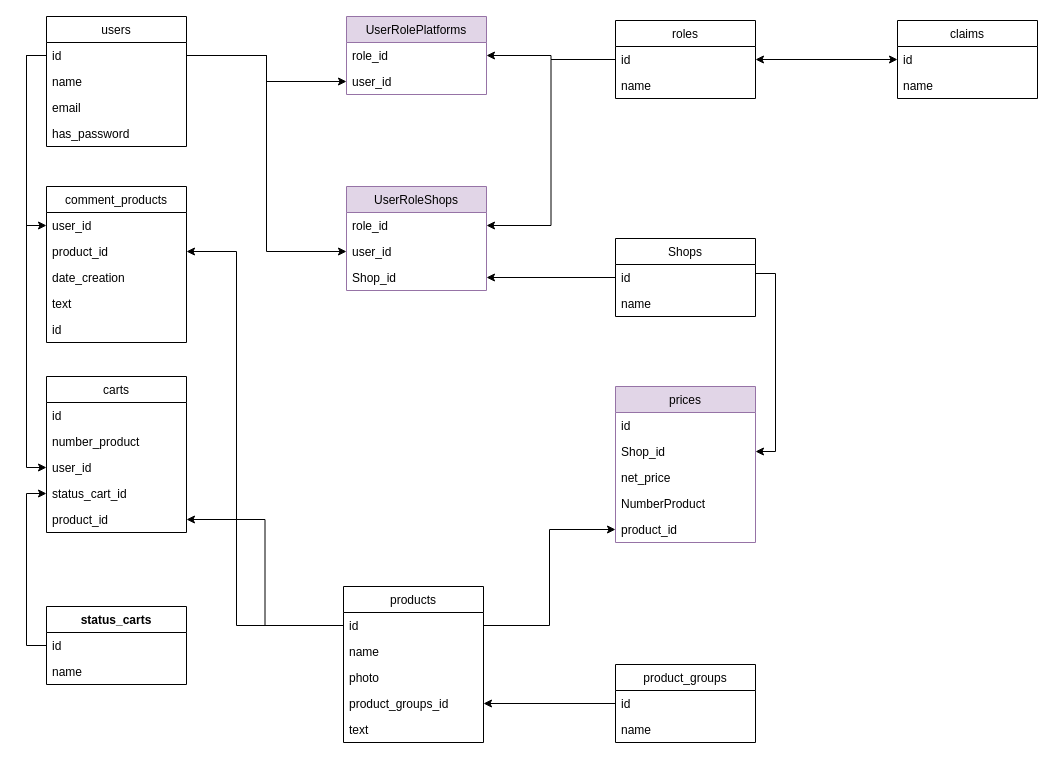
MrPers/Marketplace keeps this draw.io diagram as diagrams.net.drawio. Above is the earlier version. Source tidied: cells renumbered, new cells numbered last; positions are measured from the earlier drawing's top-left corner, leaving out a move shared by most shapes. Both pictures are drawn from the tidied source at 100%, with x=0, y=0 at pixel (26, 16).
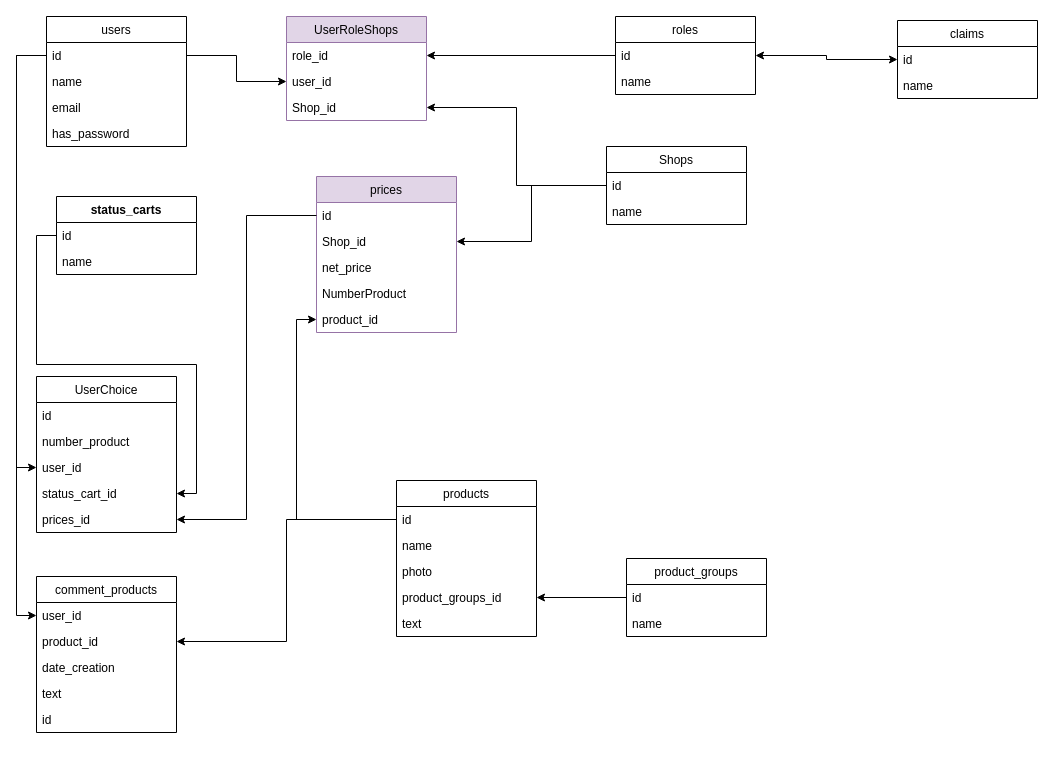
After the change.

Unchanged cells that the change refers to:
```xml
<mxCell id="3" value=" id" style="text;strokeColor=none;fillColor=none;align=left;verticalAlign=top;spacingLeft=4;spacingRight=4;overflow=hidden;points=[[0,0.5],[1,0.5]];portConstraint=eastwest;" parent="2" vertex="1">
  <mxGeometry y="26" width="140" height="26" as="geometry" />
</mxCell>
<mxCell id="12" value="id" style="text;strokeColor=none;fillColor=none;align=left;verticalAlign=top;spacingLeft=4;spacingRight=4;overflow=hidden;points=[[0,0.5],[1,0.5]];portConstraint=eastwest;" parent="11" vertex="1">
  <mxGeometry y="26" width="140" height="26" as="geometry" />
</mxCell>
<mxCell id="17" value="id" style="text;strokeColor=none;fillColor=none;align=left;verticalAlign=top;spacingLeft=4;spacingRight=4;overflow=hidden;points=[[0,0.5],[1,0.5]];portConstraint=eastwest;" parent="16" vertex="1">
  <mxGeometry y="26" width="140" height="26" as="geometry" />
</mxCell>
<mxCell id="23" value="id" style="text;align=left;verticalAlign=top;spacingLeft=4;spacingRight=4;overflow=hidden;points=[[0,0.5],[1,0.5]];portConstraint=eastwest;" parent="22" vertex="1">
  <mxGeometry y="26" width="140" height="26" as="geometry" />
</mxCell>
<mxCell id="29" value=" status_cart_id" style="text;strokeColor=none;fillColor=none;align=left;verticalAlign=top;spacingLeft=4;spacingRight=4;overflow=hidden;points=[[0,0.5],[1,0.5]];portConstraint=eastwest;" parent="25" vertex="1">
  <mxGeometry y="104" width="140" height="26" as="geometry" />
</mxCell>
<mxCell id="32" value="id" style="text;strokeColor=none;fillColor=none;align=left;verticalAlign=top;spacingLeft=4;spacingRight=4;overflow=hidden;points=[[0,0.5],[1,0.5]];portConstraint=eastwest;" parent="31" vertex="1">
  <mxGeometry y="26" width="140" height="26" as="geometry" />
</mxCell>
<mxCell id="35" value="id" style="text;strokeColor=none;fillColor=none;align=left;verticalAlign=top;spacingLeft=4;spacingRight=4;overflow=hidden;points=[[0,0.5],[1,0.5]];portConstraint=eastwest;" parent="34" vertex="1">
  <mxGeometry y="26" width="140" height="26" as="geometry" />
</mxCell>
<mxCell id="36" value="Shop_id" style="text;strokeColor=none;fillColor=none;align=left;verticalAlign=top;spacingLeft=4;spacingRight=4;overflow=hidden;points=[[0,0.5],[1,0.5]];portConstraint=eastwest;" parent="34" vertex="1">
  <mxGeometry y="52" width="140" height="26" as="geometry" />
</mxCell>
<mxCell id="41" value="user_id" style="text;strokeColor=none;fillColor=none;align=left;verticalAlign=top;spacingLeft=4;spacingRight=4;overflow=hidden;points=[[0,0.5],[1,0.5]];portConstraint=eastwest;" parent="40" vertex="1">
  <mxGeometry y="26" width="140" height="26" as="geometry" />
</mxCell>
<mxCell id="42" value="product_id" style="text;strokeColor=none;fillColor=none;align=left;verticalAlign=top;spacingLeft=4;spacingRight=4;overflow=hidden;points=[[0,0.5],[1,0.5]];portConstraint=eastwest;" parent="40" vertex="1">
  <mxGeometry y="52" width="140" height="26" as="geometry" />
</mxCell>
```

Change to the diagram source:
```diff
@@
     <mxCell id="2" value="products" style="swimlane;fontStyle=0;horizontal=1;startSize=26;" parent="1" vertex="1">
-      <mxGeometry x="317" y="570" width="140" height="156" as="geometry" />
+      <mxGeometry x="370" y="464" width="140" height="156" as="geometry" />
     </mxCell>
@@
     <mxCell id="8" value="product_groups" style="swimlane;fontStyle=0;horizontal=1;startSize=26;" parent="1" vertex="1">
-      <mxGeometry x="589" y="648" width="140" height="78" as="geometry" />
+      <mxGeometry x="600" y="542" width="140" height="78" as="geometry" />
     </mxCell>
@@
     <mxCell id="16" value="roles" style="swimlane;fontStyle=0;horizontal=1;startSize=26;" parent="1" vertex="1">
-      <mxGeometry x="589" y="4" width="140" height="78" as="geometry" />
+      <mxGeometry x="589" width="140" height="78" as="geometry" />
     </mxCell>
@@
     <mxCell id="22" value="Shops" style="swimlane;fontStyle=0;horizontal=1;startSize=26;" parent="1" vertex="1">
-      <mxGeometry x="589" y="222" width="140" height="78" as="geometry" />
+      <mxGeometry x="580" y="130" width="140" height="78" as="geometry" />
     </mxCell>
@@
-    <mxCell id="25" value="carts" style="swimlane;fontStyle=0;horizontal=1;startSize=26;" parent="1" vertex="1">
-      <mxGeometry x="20" y="360" width="140" height="156" as="geometry" />
+    <mxCell id="25" value="UserChoice" style="swimlane;fontStyle=0;horizontal=1;startSize=26;" parent="1" vertex="1">
+      <mxGeometry x="10" y="360" width="140" height="156" as="geometry" />
     </mxCell>
@@
-    <mxCell id="30" value="product_id" style="text;strokeColor=none;fillColor=none;align=left;verticalAlign=top;spacingLeft=4;spacingRight=4;overflow=hidden;points=[[0,0.5],[1,0.5]];portConstraint=eastwest;" parent="25" vertex="1">
+    <mxCell id="30" value="prices_id" style="text;strokeColor=none;fillColor=none;align=left;verticalAlign=top;spacingLeft=4;spacingRight=4;overflow=hidden;points=[[0,0.5],[1,0.5]];portConstraint=eastwest;" parent="25" vertex="1">
       <mxGeometry y="130" width="140" height="26" as="geometry" />
     </mxCell>
     <mxCell id="31" value="status_carts" style="swimlane;fontStyle=1;horizontal=1;startSize=26;" parent="1" vertex="1">
-      <mxGeometry x="20" y="590" width="140" height="78" as="geometry" />
+      <mxGeometry x="30" y="180" width="140" height="78" as="geometry" />
     </mxCell>
@@
     <mxCell id="34" value="prices" style="swimlane;fontStyle=0;horizontal=1;startSize=26;fillColor=#e1d5e7;strokeColor=#9673a6;" parent="1" vertex="1">
-      <mxGeometry x="589" y="370" width="140" height="156" as="geometry" />
+      <mxGeometry x="290" y="160" width="140" height="156" as="geometry" />
     </mxCell>
@@
     <mxCell id="40" value="comment_products" style="swimlane;fontStyle=0;horizontal=1;startSize=26;" parent="1" vertex="1">
-      <mxGeometry x="20" y="170" width="140" height="156" as="geometry" />
+      <mxGeometry x="10" y="560" width="140" height="156" as="geometry" />
     </mxCell>
@@
-    <mxCell id="47" style="edgeStyle=orthogonalEdgeStyle;rounded=0;jettySize=auto;html=1;entryX=1;entryY=0.5;entryDx=0;entryDy=0;startArrow=classic;startFill=1;endArrow=none;endFill=0;" parent="1" edge="1" source="36" target="23">
-      <mxGeometry relative="1" as="geometry">
-        <Array as="points">
-          <mxPoint x="749" y="435" />
-          <mxPoint x="749" y="257" />
-        </Array>
-      </mxGeometry>
-    </mxCell>
-    <mxCell id="48" style="edgeStyle=orthogonalEdgeStyle;rounded=0;jettySize=auto;html=1;entryX=1;entryY=0.5;entryDx=0;entryDy=0;startArrow=classic;startFill=1;endArrow=none;endFill=0;exitX=0;exitY=0.5;exitDx=0;exitDy=0;" parent="1" edge="1" source="53" target="12">
-      <mxGeometry relative="1" as="geometry" />
-    </mxCell>
@@
-    <mxCell id="50" style="edgeStyle=orthogonalEdgeStyle;rounded=0;jettySize=auto;html=1;entryX=1;entryY=0.5;entryDx=0;entryDy=0;startArrow=none;startFill=0;endArrow=classic;endFill=1;exitX=0;exitY=0.5;exitDx=0;exitDy=0;" parent="1" edge="1" source="17" target="52">
-      <mxGeometry relative="1" as="geometry" />
-    </mxCell>
-    <mxCell id="51" value="UserRolePlatforms" style="swimlane;fontStyle=0;horizontal=1;startSize=26;fillColor=#e1d5e7;strokeColor=#9673a6;" parent="1" vertex="1">
-      <mxGeometry x="320" width="140" height="78" as="geometry" />
-    </mxCell>
-    <mxCell id="52" value="role_id" style="text;strokeColor=none;fillColor=none;align=left;verticalAlign=top;spacingLeft=4;spacingRight=4;overflow=hidden;points=[[0,0.5],[1,0.5]];portConstraint=eastwest;" parent="51" vertex="1">
-      <mxGeometry y="26" width="140" height="26" as="geometry" />
-    </mxCell>
-    <mxCell id="53" value="user_id" style="text;strokeColor=none;fillColor=none;align=left;verticalAlign=top;spacingLeft=4;spacingRight=4;overflow=hidden;points=[[0,0.5],[1,0.5]];portConstraint=eastwest;" parent="51" vertex="1">
-      <mxGeometry y="52" width="140" height="26" as="geometry" />
-    </mxCell>
@@
     <mxCell id="55" value="UserRoleShops" style="swimlane;fontStyle=0;horizontal=1;startSize=26;fillColor=#e1d5e7;strokeColor=#9673a6;" parent="1" vertex="1">
-      <mxGeometry x="320" y="170" width="140" height="104" as="geometry" />
+      <mxGeometry x="260" width="140" height="104" as="geometry" />
     </mxCell>
@@
-    <mxCell id="61" style="edgeStyle=orthogonalEdgeStyle;rounded=0;jettySize=auto;html=1;entryX=1;entryY=0.5;entryDx=0;entryDy=0;exitX=0;exitY=0.5;exitDx=0;exitDy=0;" parent="1" edge="1" source="3" target="30">
+    <mxCell id="61" style="edgeStyle=orthogonalEdgeStyle;rounded=0;jettySize=auto;html=1;entryX=1;entryY=0.5;entryDx=0;entryDy=0;exitX=0;exitY=0.5;exitDx=0;exitDy=0;" parent="1" edge="1" source="35" target="30">
       <mxGeometry relative="1" as="geometry" />
     </mxCell>
-    <mxCell id="62" style="edgeStyle=orthogonalEdgeStyle;rounded=0;jettySize=auto;html=1;entryX=1;entryY=0.5;entryDx=0;entryDy=0;exitX=0;exitY=0.5;exitDx=0;exitDy=0;" parent="1" edge="1" source="3" target="42">
-      <mxGeometry relative="1" as="geometry">
-        <Array as="points">
-          <mxPoint x="210" y="609" />
-          <mxPoint x="210" y="235" />
-        </Array>
-      </mxGeometry>
-    </mxCell>
@@
-    <mxCell id="64" style="edgeStyle=orthogonalEdgeStyle;rounded=0;jettySize=auto;html=1;entryX=0;entryY=0.5;entryDx=0;entryDy=0;" parent="1" edge="1" source="12" target="41">
-      <mxGeometry relative="1" as="geometry">
-        <Array as="points">
-          <mxPoint y="39" />
-          <mxPoint y="209" />
-        </Array>
-      </mxGeometry>
-    </mxCell>
@@
+    <mxCell id="68" style="edgeStyle=orthogonalEdgeStyle;rounded=0;jettySize=auto;html=1;entryX=1;entryY=0.5;entryDx=0;entryDy=0;" parent="1" edge="1" source="23" target="36">
+      <mxGeometry relative="1" as="geometry" />
+    </mxCell>
+    <mxCell id="62" style="edgeStyle=orthogonalEdgeStyle;rounded=0;jettySize=auto;html=1;entryX=1;entryY=0.5;entryDx=0;entryDy=0;" parent="1" edge="1" source="3" target="42">
+      <mxGeometry relative="1" as="geometry" />
+    </mxCell>
+    <mxCell id="64" style="edgeStyle=orthogonalEdgeStyle;rounded=0;jettySize=auto;html=1;entryX=0;entryY=0.5;entryDx=0;entryDy=0;" parent="1" edge="1" source="12" target="41">
+      <mxGeometry relative="1" as="geometry" />
+    </mxCell>
-    <mxCell id="67" style="edgeStyle=orthogonalEdgeStyle;rounded=0;jettySize=auto;html=1;exitX=0;exitY=0.5;exitDx=0;exitDy=0;entryX=0;entryY=0.5;entryDx=0;entryDy=0;" parent="1" edge="1" source="32" target="29">
+    <mxCell id="67" style="edgeStyle=orthogonalEdgeStyle;rounded=0;jettySize=auto;html=1;entryX=1;entryY=0.5;entryDx=0;entryDy=0;" parent="1" edge="1" source="32" target="29">
       <mxGeometry relative="1" as="geometry" />
     </mxCell>
```
